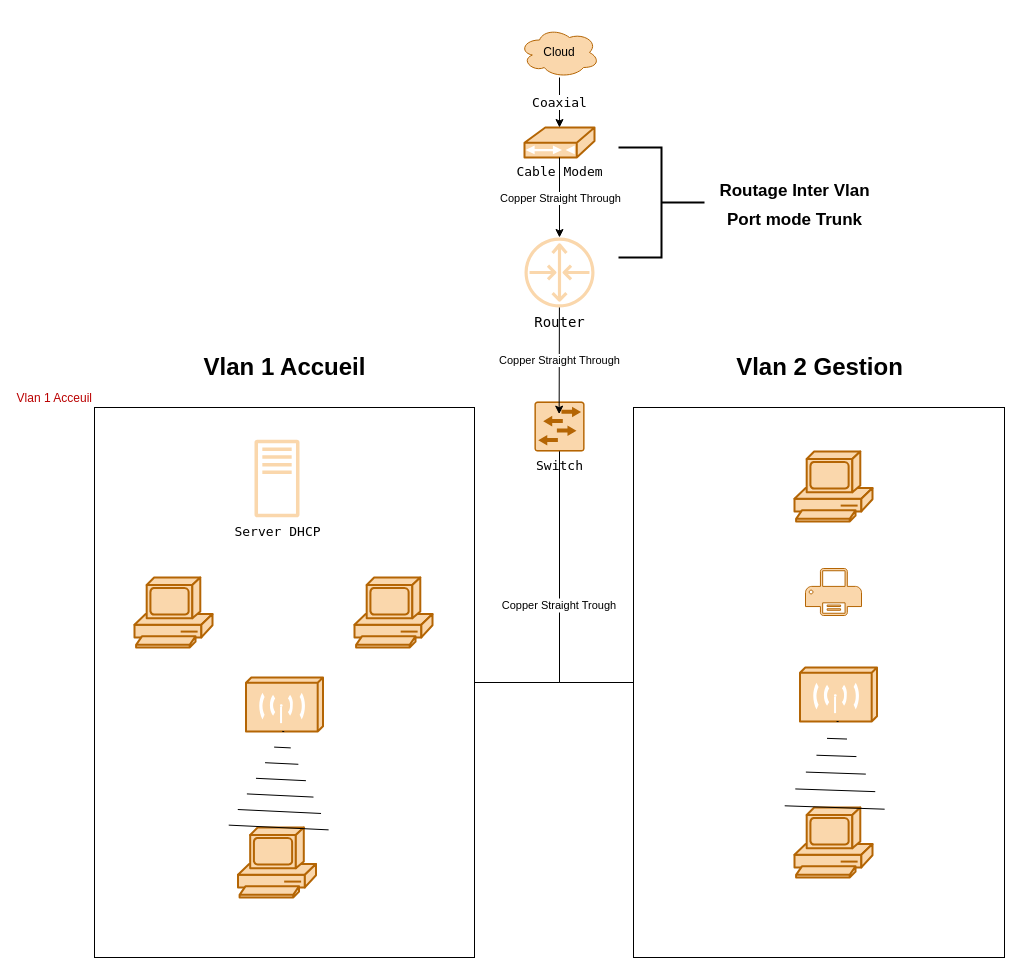
Before: Cisco Packet Tracer/Diagramme sans nom.drawio in DinoGLS/School-Projects, a draw.io diagram. Source tidied: cells renumbered, new cells numbered last; positions are measured from the earlier drawing's top-left corner, leaving out a move shared by most shapes. Both pictures are drawn from the tidied source at 100%, with x=0, y=0 at pixel (94, 27).
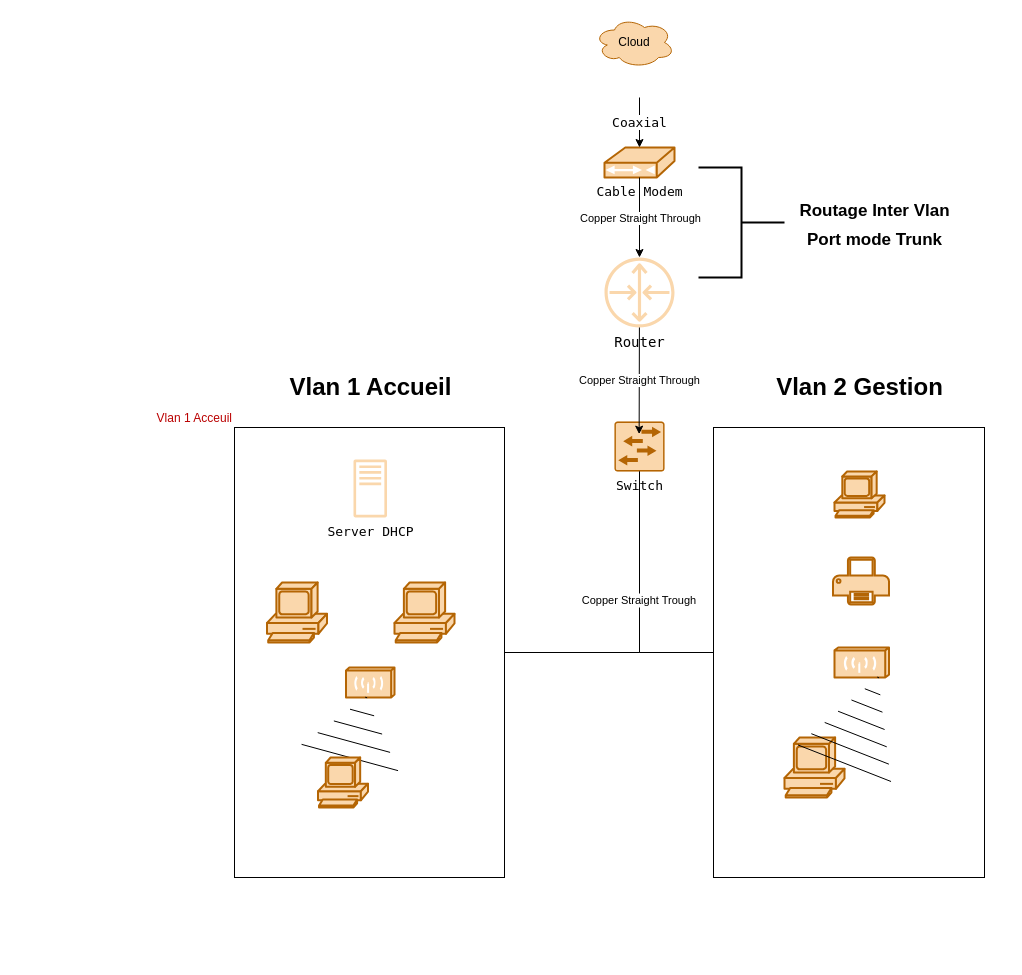
Above is the later version.

Commit message (it also covers changes not shown here):
Mettre à jour Diagramme sans nom.drawio

Diff of the diagram source:
```diff
@@
     <mxCell id="2" style="whiteSpace=wrap;html=1;align=center;verticalAlign=middle;" parent="1" vertex="1">
-      <mxGeometry x="539" y="380" width="371" height="550" as="geometry" />
+      <mxGeometry x="619" y="400" width="271" height="450" as="geometry" />
     </mxCell>
     <mxCell id="3" value="&lt;font color=&quot;rgba(0, 0, 0, 0)&quot;&gt;Vlan 1 Acceuil&lt;/font&gt;" style="whiteSpace=wrap;html=1;align=right;verticalAlign=bottom;labelPosition=left;verticalLabelPosition=top;" parent="1" vertex="1">
-      <mxGeometry y="380" width="380" height="550" as="geometry" />
+      <mxGeometry x="140" y="400" width="270" height="450" as="geometry" />
     </mxCell>
     <mxCell id="4" value="Cloud" style="ellipse;shape=cloud;whiteSpace=wrap;html=1;fillColor=#fad7ac;labelBackgroundColor=none;strokeColor=#b46504;" parent="1" vertex="1">
-      <mxGeometry x="425" width="80" height="50" as="geometry" />
+      <mxGeometry x="500" y="-10" width="80" height="50" as="geometry" />
     </mxCell>
     <mxCell id="5" value="&lt;font style=&quot;color: light-dark(rgb(0, 0, 0), rgb(255, 153, 51)); font-size: 13px;&quot; face=&quot;Lucida Console&quot;&gt;Cable Modem&lt;/font&gt;" style="shape=mxgraph.cisco.modems_and_phones.cable_modem;html=1;dashed=0;strokeWidth=2;verticalLabelPosition=bottom;verticalAlign=top;align=center;outlineConnect=0;fillColor=#fad7ac;strokeColor=#b46504;" parent="1" vertex="1">
-      <mxGeometry x="430" y="100" width="70" height="30" as="geometry" />
+      <mxGeometry x="510" y="120" width="70" height="30" as="geometry" />
     </mxCell>
     <mxCell id="6" value="&lt;font face=&quot;Lucida Console&quot; style=&quot;color: light-dark(rgb(0, 0, 0), rgb(255, 153, 51)); font-size: 14px;&quot;&gt;Router&lt;/font&gt;" style="sketch=0;outlineConnect=0;fillColor=#fad7ac;strokeColor=#b46504;dashed=0;verticalLabelPosition=bottom;verticalAlign=top;align=center;html=1;fontSize=12;fontStyle=0;shape=mxgraph.aws4.router;" parent="1" vertex="1">
-      <mxGeometry x="430" y="210" width="70" height="70" as="geometry" />
+      <mxGeometry x="510" y="230" width="70" height="70" as="geometry" />
     </mxCell>
-    <mxCell id="7" value="&lt;font face=&quot;Lucida Console&quot; style=&quot;font-size: 13px; color: light-dark(rgb(0, 0, 0), rgb(255, 153, 51));&quot;&gt;Coaxial&lt;/font&gt;" style="edgeStyle=none;jettySize=auto;html=1;rounded=0;" parent="1" edge="1" source="4" target="5">
-      <mxGeometry relative="1" as="geometry" />
+    <mxCell id="7" value="&lt;font face=&quot;Lucida Console&quot; style=&quot;font-size: 13px; color: light-dark(rgb(0, 0, 0), rgb(255, 153, 51));&quot;&gt;Coaxial&lt;/font&gt;" style="edgeStyle=none;jettySize=auto;html=1;rounded=0;" parent="1" edge="1" target="5">
+      <mxGeometry relative="1" as="geometry">
+        <mxPoint x="545" y="70" as="sourcePoint" />
+      </mxGeometry>
     </mxCell>
@@
     <mxCell id="10" value="&lt;font style=&quot;font-size: 13px; color: light-dark(rgb(0, 0, 0), rgb(255, 153, 51));&quot; face=&quot;Lucida Console&quot;&gt;Switch&lt;/font&gt;" style="sketch=0;points=[[0.015,0.015,0],[0.985,0.015,0],[0.985,0.985,0],[0.015,0.985,0],[0.25,0,0],[0.5,0,0],[0.75,0,0],[1,0.25,0],[1,0.5,0],[1,0.75,0],[0.75,1,0],[0.5,1,0],[0.25,1,0],[0,0.75,0],[0,0.5,0],[0,0.25,0]];verticalLabelPosition=bottom;html=1;verticalAlign=top;align=center;shape=mxgraph.cisco19.rect;prIcon=l2_switch;fillColor=#fad7ac;strokeColor=#b46504;" parent="1" vertex="1">
-      <mxGeometry x="440" y="374" width="50" height="50" as="geometry" />
+      <mxGeometry x="520" y="394" width="50" height="50" as="geometry" />
     </mxCell>
@@
     <mxCell id="13" value="&lt;font style=&quot;color: light-dark(rgb(0, 0, 0), rgb(255, 153, 51)); font-size: 13px;&quot; face=&quot;Lucida Console&quot;&gt;Server DHCP&lt;/font&gt;" style="sketch=0;fillColor=#fad7ac;strokeColor=#b46504;dashed=0;verticalLabelPosition=bottom;verticalAlign=top;align=center;html=1;fontSize=12;fontStyle=0;shape=mxgraph.aws4.traditional_server;" parent="1" vertex="1">
-      <mxGeometry x="160" y="412" width="45" height="78" as="geometry" />
+      <mxGeometry x="259" y="432" width="33.5" height="58" as="geometry" />
     </mxCell>
     <mxCell id="14" value="Vlan 2 Gestion" style="text;strokeColor=none;fillColor=none;html=1;fontSize=24;fontStyle=1;verticalAlign=middle;align=center;" parent="1" vertex="1">
-      <mxGeometry x="674.5" y="320" width="100" height="40" as="geometry" />
+      <mxGeometry x="715" y="340" width="100" height="40" as="geometry" />
     </mxCell>
     <mxCell id="15" value="Vlan 1 Accueil" style="text;strokeColor=none;fillColor=none;html=1;fontSize=24;fontStyle=1;verticalAlign=middle;align=center;" parent="1" vertex="1">
-      <mxGeometry x="140" y="320" width="100" height="40" as="geometry" />
+      <mxGeometry x="225.8" y="340" width="100" height="40" as="geometry" />
     </mxCell>
-    <mxCell id="16" style="shape=mxgraph.cisco.computers_and_peripherals.pc;html=1;dashed=0;fillColor=#fad7ac;strokeColor=#b46504;strokeWidth=2;verticalLabelPosition=bottom;verticalAlign=top;align=center;" parent="1" vertex="1">
-      <mxGeometry x="700" y="424" width="78" height="70" as="geometry" />
+    <mxCell id="16" style="shape=mxgraph.cisco.computers_and_peripherals.pc;html=1;dashed=0;fillColor=#fad7ac;strokeColor=#b46504;strokeWidth=2;verticalLabelPosition=bottom;verticalAlign=top;align=center;fontFamily=Helvetica;fontSize=12;fontColor=default;" parent="1" vertex="1">
+      <mxGeometry x="740" y="444" width="50" height="46" as="geometry" />
     </mxCell>
     <mxCell id="17" style="shape=mxgraph.cisco.computers_and_peripherals.pc;html=1;dashed=0;fillColor=#fad7ac;strokeColor=#b46504;strokeWidth=2;verticalLabelPosition=bottom;verticalAlign=top;align=center;" parent="1" vertex="1">
-      <mxGeometry x="260" y="550" width="78" height="70" as="geometry" />
+      <mxGeometry x="300" y="555" width="60" height="60" as="geometry" />
     </mxCell>
     <mxCell id="18" style="shape=mxgraph.cisco.wireless.wireless_transport;html=1;dashed=0;fillColor=#fad7ac;strokeColor=#b46504;strokeWidth=2;verticalLabelPosition=bottom;verticalAlign=top;align=center;outlineConnect=0;" parent="1" vertex="1">
-      <mxGeometry x="151.5" y="650" width="77" height="54" as="geometry" />
+      <mxGeometry x="251.5" y="640" width="48.5" height="30" as="geometry" />
     </mxCell>
-    <mxCell id="19" style="sketch=0;shadow=0;dashed=0;html=1;strokeColor=#b46504;fillColor=#fad7ac;labelPosition=center;verticalLabelPosition=bottom;verticalAlign=top;align=center;shape=mxgraph.office.devices.printer;" parent="1" vertex="1">
-      <mxGeometry x="711" y="541" width="56" height="47" as="geometry" />
+    <mxCell id="19" style="sketch=0;shadow=0;dashed=0;html=1;strokeColor=#b46504;fillColor=#fad7ac;labelPosition=center;verticalLabelPosition=bottom;verticalAlign=top;align=center;shape=mxgraph.office.devices.printer;strokeWidth=2;fontFamily=Helvetica;fontSize=12;fontColor=default;" parent="1" vertex="1">
+      <mxGeometry x="738.5" y="530" width="56" height="47" as="geometry" />
     </mxCell>
-    <mxCell id="20" style="shape=mxgraph.cisco.wireless.wireless_transport;html=1;dashed=0;fillColor=#fad7ac;strokeColor=#b46504;strokeWidth=2;verticalLabelPosition=bottom;verticalAlign=top;align=center;outlineConnect=0;" parent="1" vertex="1">
-      <mxGeometry x="705.5" y="640" width="77" height="54" as="geometry" />
+    <mxCell id="20" style="shape=mxgraph.cisco.wireless.wireless_transport;html=1;dashed=0;fillColor=#fad7ac;strokeColor=#b46504;strokeWidth=2;verticalLabelPosition=bottom;verticalAlign=top;align=center;outlineConnect=0;fontFamily=Helvetica;fontSize=12;fontColor=default;" parent="1" vertex="1">
+      <mxGeometry x="740" y="620" width="54.5" height="30" as="geometry" />
     </mxCell>
-    <mxCell id="21" style="shape=mxgraph.cisco.computers_and_peripherals.pc;html=1;dashed=0;fillColor=#fad7ac;strokeColor=#b46504;strokeWidth=2;verticalLabelPosition=bottom;verticalAlign=top;align=center;outlineConnect=0;" parent="1" vertex="1">
-      <mxGeometry x="700" y="780" width="78" height="70" as="geometry" />
+    <mxCell id="21" style="shape=mxgraph.cisco.computers_and_peripherals.pc;html=1;dashed=0;fillColor=#fad7ac;strokeColor=#b46504;strokeWidth=2;verticalLabelPosition=bottom;verticalAlign=top;align=center;outlineConnect=0;fontFamily=Helvetica;fontSize=12;fontColor=default;" parent="1" vertex="1">
+      <mxGeometry x="690" y="710" width="60" height="60" as="geometry" />
     </mxCell>
-    <mxCell id="22" style="shape=mxgraph.cisco.computers_and_peripherals.pc;html=1;dashed=0;fillColor=#fad7ac;strokeColor=#b46504;strokeWidth=2;verticalLabelPosition=bottom;verticalAlign=top;align=center;" parent="1" vertex="1">
-      <mxGeometry x="40" y="550" width="78" height="70" as="geometry" />
+    <mxCell id="22" style="shape=mxgraph.cisco.computers_and_peripherals.pc;html=1;dashed=0;fillColor=#fad7ac;strokeColor=#b46504;strokeWidth=2;verticalLabelPosition=bottom;verticalAlign=top;align=center;fontFamily=Helvetica;fontSize=12;fontColor=default;" parent="1" vertex="1">
+      <mxGeometry x="172.5" y="555" width="60" height="60" as="geometry" />
     </mxCell>
@@
-    <mxCell id="25" style="shape=mxgraph.cisco.computers_and_peripherals.pc;html=1;dashed=0;fillColor=#fad7ac;strokeColor=#b46504;strokeWidth=2;verticalLabelPosition=bottom;verticalAlign=top;align=center;outlineConnect=0;" parent="1" vertex="1">
-      <mxGeometry x="143.5" y="800" width="78" height="70" as="geometry" />
-    </mxCell>
@@
     <mxCell id="28" style="shape=mxgraph.arrows2.wedgeArrowDashed2;html=1;startWidth=50;stepSize=15;rounded=0;" parent="1" edge="1" source="21" target="20">
-      <mxGeometry relative="1" as="geometry" />
+      <mxGeometry relative="1" as="geometry">
+        <Array as="points">
+          <mxPoint x="860.3" y="720" />
+        </Array>
+      </mxGeometry>
     </mxCell>
     <mxCell id="29" style="strokeWidth=2;html=1;shape=mxgraph.flowchart.annotation_2;align=left;labelPosition=right;direction=west;" parent="1" vertex="1">
-      <mxGeometry x="524" y="120" width="86" height="110" as="geometry" />
+      <mxGeometry x="604" y="140" width="86" height="110" as="geometry" />
     </mxCell>
     <mxCell id="30" value="&lt;font style=&quot;font-size: 17px; color: light-dark(rgb(0, 0, 0), rgb(153, 0, 0));&quot;&gt;Routage Inter Vlan&lt;/font&gt;&lt;div&gt;&lt;font style=&quot;font-size: 17px; color: light-dark(rgb(0, 0, 0), rgb(153, 0, 0));&quot;&gt;Port mode Trunk&lt;/font&gt;&lt;/div&gt;" style="text;strokeColor=none;fillColor=none;html=1;fontSize=24;fontStyle=1;verticalAlign=middle;align=center;" parent="1" vertex="1">
-      <mxGeometry x="650" y="155" width="100" height="40" as="geometry" />
+      <mxGeometry x="730" y="175" width="100" height="40" as="geometry" />
     </mxCell>
+    <mxCell id="31" style="shape=mxgraph.arrows2.wedgeArrowDashed2;html=1;startWidth=50;stepSize=15;rounded=0;" parent="1" edge="1" target="25">
+      <mxGeometry relative="1" as="geometry">
+        <mxPoint x="252" y="770" as="sourcePoint" />
+      </mxGeometry>
+    </mxCell>
+    <mxCell id="25" style="shape=mxgraph.cisco.computers_and_peripherals.pc;html=1;dashed=0;fillColor=#fad7ac;strokeColor=#b46504;strokeWidth=2;verticalLabelPosition=bottom;verticalAlign=top;align=center;outlineConnect=0;" parent="1" vertex="1">
+      <mxGeometry x="223.5" y="730" width="50" height="50" as="geometry" />
+    </mxCell>
+    <mxCell id="32" style="edgeStyle=none;shape=link;rounded=0;orthogonalLoop=1;jettySize=auto;html=1;exitX=0;exitY=0.5;exitDx=0;exitDy=0;" parent="1" edge="1" source="3" target="3">
+      <mxGeometry relative="1" as="geometry" />
+    </mxCell>
```
